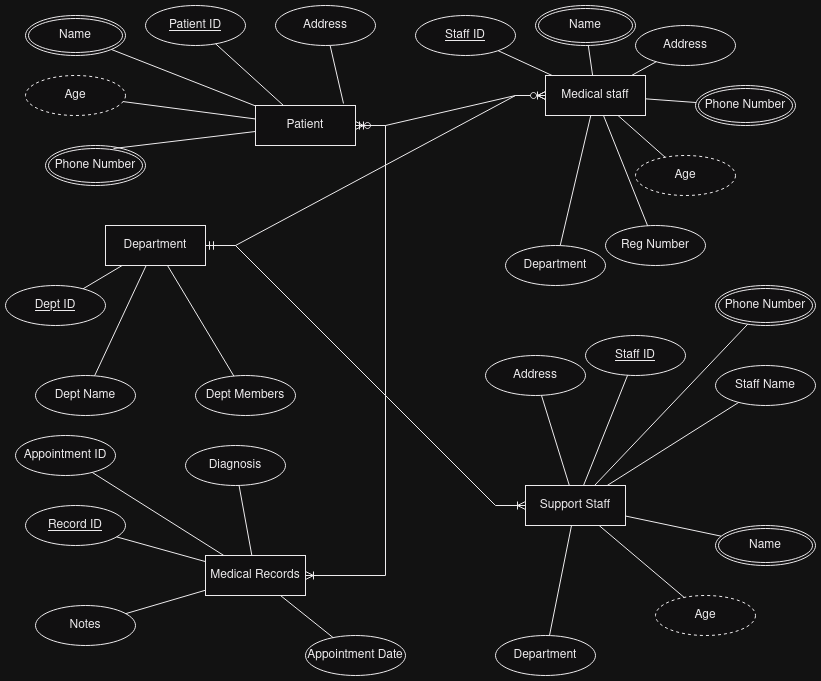
Before: images/edr.drawio.png, a diagram exported from draw.io (gekkowrld/misc). Source tidied: cells renumbered, new cells last; positions are measured from the earlier drawing's top-left corner, leaving out a move shared by most shapes. Source of this version:
```xml
<mxGraphModel>
  <root>
    <mxCell id="0" />
    <mxCell id="1" parent="0" />
    <mxCell id="2" value="Patient" style="whiteSpace=wrap;html=1;align=center;" parent="1" vertex="1">
      <mxGeometry x="250" y="100" width="100" height="40" as="geometry" />
    </mxCell>
    <mxCell id="3" value="Medical staff" style="whiteSpace=wrap;html=1;align=center;" parent="1" vertex="1">
      <mxGeometry x="540" y="70" width="100" height="40" as="geometry" />
    </mxCell>
    <mxCell id="4" value="&lt;div&gt;Department&lt;/div&gt;" style="whiteSpace=wrap;html=1;align=center;" parent="1" vertex="1">
      <mxGeometry x="100" y="220" width="100" height="40" as="geometry" />
    </mxCell>
    <mxCell id="5" value="Patient ID" style="ellipse;whiteSpace=wrap;html=1;align=center;fontStyle=4;" parent="1" vertex="1">
      <mxGeometry x="140" width="100" height="40" as="geometry" />
    </mxCell>
    <mxCell id="6" value="&lt;div&gt;Address&lt;/div&gt;" style="ellipse;whiteSpace=wrap;html=1;align=center;" parent="1" vertex="1">
      <mxGeometry x="270" width="100" height="40" as="geometry" />
    </mxCell>
    <mxCell id="7" value="&lt;div&gt;Name&lt;/div&gt;" style="ellipse;shape=doubleEllipse;margin=3;whiteSpace=wrap;html=1;align=center;" parent="1" vertex="1">
      <mxGeometry x="20" y="10" width="100" height="40" as="geometry" />
    </mxCell>
    <mxCell id="8" value="&lt;div&gt;Age&lt;/div&gt;" style="ellipse;whiteSpace=wrap;html=1;align=center;dashed=1;" parent="1" vertex="1">
      <mxGeometry x="20" y="70" width="100" height="40" as="geometry" />
    </mxCell>
    <mxCell id="9" value="Phone Number" style="ellipse;shape=doubleEllipse;margin=3;whiteSpace=wrap;html=1;align=center;" parent="1" vertex="1">
      <mxGeometry x="40" y="140" width="100" height="40" as="geometry" />
    </mxCell>
    <mxCell id="10" style="endArrow=none;html=1;rounded=0;entryX=0.88;entryY=-0.05;entryDx=0;entryDy=0;entryPerimeter=0;" parent="1" edge="1" source="6" target="2">
      <mxGeometry relative="1" as="geometry" />
    </mxCell>
    <mxCell id="11" style="endArrow=none;html=1;rounded=0;entryX=0.68;entryY=0.075;entryDx=0;entryDy=0;entryPerimeter=0;" parent="1" edge="1" source="2" target="9">
      <mxGeometry relative="1" as="geometry" />
    </mxCell>
    <mxCell id="12" style="endArrow=none;html=1;rounded=0;" parent="1" edge="1" source="8" target="2">
      <mxGeometry relative="1" as="geometry" />
    </mxCell>
    <mxCell id="13" style="endArrow=none;html=1;rounded=0;" parent="1" edge="1" source="7" target="2">
      <mxGeometry relative="1" as="geometry" />
    </mxCell>
    <mxCell id="14" style="endArrow=none;html=1;rounded=0;" parent="1" edge="1" source="5" target="2">
      <mxGeometry relative="1" as="geometry" />
    </mxCell>
    <mxCell id="15" value="&lt;div&gt;Name&lt;/div&gt;" style="ellipse;shape=doubleEllipse;margin=3;whiteSpace=wrap;html=1;align=center;" parent="1" vertex="1">
      <mxGeometry x="530" width="100" height="40" as="geometry" />
    </mxCell>
    <mxCell id="16" value="Staff ID" style="ellipse;whiteSpace=wrap;html=1;align=center;fontStyle=4;" parent="1" vertex="1">
      <mxGeometry x="410" y="10" width="100" height="40" as="geometry" />
    </mxCell>
    <mxCell id="17" value="&lt;div&gt;Address&lt;/div&gt;" style="ellipse;whiteSpace=wrap;html=1;align=center;" parent="1" vertex="1">
      <mxGeometry x="630" y="20" width="100" height="40" as="geometry" />
    </mxCell>
    <mxCell id="18" value="Phone Number" style="ellipse;shape=doubleEllipse;margin=3;whiteSpace=wrap;html=1;align=center;" parent="1" vertex="1">
      <mxGeometry x="690" y="80" width="100" height="40" as="geometry" />
    </mxCell>
    <mxCell id="19" value="&lt;div&gt;Age&lt;/div&gt;" style="ellipse;whiteSpace=wrap;html=1;align=center;dashed=1;" parent="1" vertex="1">
      <mxGeometry x="630" y="150" width="100" height="40" as="geometry" />
    </mxCell>
    <mxCell id="20" value="&lt;div&gt;Reg Number&lt;/div&gt;" style="ellipse;whiteSpace=wrap;html=1;align=center;" parent="1" vertex="1">
      <mxGeometry x="600" y="220" width="100" height="40" as="geometry" />
    </mxCell>
    <mxCell id="21" value="Department" style="ellipse;whiteSpace=wrap;html=1;align=center;" parent="1" vertex="1">
      <mxGeometry x="500" y="240" width="100" height="40" as="geometry" />
    </mxCell>
    <mxCell id="22" style="endArrow=none;html=1;rounded=0;" parent="1" edge="1" source="19" target="3">
      <mxGeometry relative="1" as="geometry" />
    </mxCell>
    <mxCell id="23" style="endArrow=none;html=1;rounded=0;" parent="1" edge="1" source="18" target="3">
      <mxGeometry relative="1" as="geometry" />
    </mxCell>
    <mxCell id="24" style="endArrow=none;html=1;rounded=0;" parent="1" edge="1" source="17" target="3">
      <mxGeometry relative="1" as="geometry" />
    </mxCell>
    <mxCell id="25" style="endArrow=none;html=1;rounded=0;" parent="1" edge="1" source="15" target="3">
      <mxGeometry relative="1" as="geometry" />
    </mxCell>
    <mxCell id="26" style="endArrow=none;html=1;rounded=0;" parent="1" edge="1" source="16" target="3">
      <mxGeometry relative="1" as="geometry" />
    </mxCell>
    <mxCell id="27" style="endArrow=none;html=1;rounded=0;" parent="1" edge="1" source="3" target="21">
      <mxGeometry relative="1" as="geometry" />
    </mxCell>
    <mxCell id="28" style="endArrow=none;html=1;rounded=0;" parent="1" edge="1" source="20" target="3">
      <mxGeometry relative="1" as="geometry" />
    </mxCell>
    <mxCell id="29" value="Dept ID" style="ellipse;whiteSpace=wrap;html=1;align=center;fontStyle=4;" parent="1" vertex="1">
      <mxGeometry y="280" width="100" height="40" as="geometry" />
    </mxCell>
    <mxCell id="30" value="Dept Name" style="ellipse;whiteSpace=wrap;html=1;align=center;" parent="1" vertex="1">
      <mxGeometry x="30" y="370" width="100" height="40" as="geometry" />
    </mxCell>
    <mxCell id="31" value="Dept Members" style="ellipse;whiteSpace=wrap;html=1;align=center;" parent="1" vertex="1">
      <mxGeometry x="190" y="370" width="100" height="40" as="geometry" />
    </mxCell>
    <mxCell id="32" style="endArrow=none;html=1;rounded=0;" parent="1" edge="1" source="31" target="4">
      <mxGeometry relative="1" as="geometry" />
    </mxCell>
    <mxCell id="33" style="endArrow=none;html=1;rounded=0;" parent="1" edge="1" source="30" target="4">
      <mxGeometry relative="1" as="geometry" />
    </mxCell>
    <mxCell id="34" style="endArrow=none;html=1;rounded=0;" parent="1" edge="1" source="29" target="4">
      <mxGeometry relative="1" as="geometry" />
    </mxCell>
    <mxCell id="35" value="Support Staff" style="whiteSpace=wrap;html=1;align=center;" parent="1" vertex="1">
      <mxGeometry x="520" y="480" width="100" height="40" as="geometry" />
    </mxCell>
    <mxCell id="36" value="Staff ID" style="ellipse;whiteSpace=wrap;html=1;align=center;fontStyle=4;" parent="1" vertex="1">
      <mxGeometry x="580" y="330" width="100" height="40" as="geometry" />
    </mxCell>
    <mxCell id="37" value="Staff Name" style="ellipse;whiteSpace=wrap;html=1;align=center;" parent="1" vertex="1">
      <mxGeometry x="710" y="360" width="100" height="40" as="geometry" />
    </mxCell>
    <mxCell id="38" value="&lt;div&gt;Age&lt;/div&gt;" style="ellipse;whiteSpace=wrap;html=1;align=center;dashed=1;" parent="1" vertex="1">
      <mxGeometry x="650" y="590" width="100" height="40" as="geometry" />
    </mxCell>
    <mxCell id="39" value="&lt;div&gt;Name&lt;/div&gt;" style="ellipse;shape=doubleEllipse;margin=3;whiteSpace=wrap;html=1;align=center;" parent="1" vertex="1">
      <mxGeometry x="710" y="520" width="100" height="40" as="geometry" />
    </mxCell>
    <mxCell id="40" value="Phone Number" style="ellipse;shape=doubleEllipse;margin=3;whiteSpace=wrap;html=1;align=center;" parent="1" vertex="1">
      <mxGeometry x="710" y="280" width="100" height="40" as="geometry" />
    </mxCell>
    <mxCell id="41" value="&lt;div&gt;Address&lt;/div&gt;" style="ellipse;whiteSpace=wrap;html=1;align=center;" parent="1" vertex="1">
      <mxGeometry x="480" y="350" width="100" height="40" as="geometry" />
    </mxCell>
    <mxCell id="42" value="Department" style="ellipse;whiteSpace=wrap;html=1;align=center;" parent="1" vertex="1">
      <mxGeometry x="490" y="630" width="100" height="40" as="geometry" />
    </mxCell>
    <mxCell id="43" style="endArrow=none;html=1;rounded=0;" parent="1" edge="1" source="35" target="38">
      <mxGeometry relative="1" as="geometry" />
    </mxCell>
    <mxCell id="44" style="endArrow=none;html=1;rounded=0;" parent="1" edge="1" source="35" target="39">
      <mxGeometry relative="1" as="geometry" />
    </mxCell>
    <mxCell id="45" style="endArrow=none;html=1;rounded=0;" parent="1" edge="1" source="35" target="37">
      <mxGeometry relative="1" as="geometry" />
    </mxCell>
    <mxCell id="46" style="endArrow=none;html=1;rounded=0;" parent="1" edge="1" source="35" target="40">
      <mxGeometry relative="1" as="geometry" />
    </mxCell>
    <mxCell id="47" style="endArrow=none;html=1;rounded=0;" parent="1" edge="1" source="36" target="35">
      <mxGeometry relative="1" as="geometry" />
    </mxCell>
    <mxCell id="48" style="endArrow=none;html=1;rounded=0;" parent="1" edge="1" source="35" target="42">
      <mxGeometry relative="1" as="geometry" />
    </mxCell>
    <mxCell id="49" style="endArrow=none;html=1;rounded=0;" parent="1" edge="1" source="41" target="35">
      <mxGeometry relative="1" as="geometry" />
    </mxCell>
    <mxCell id="50" value="Medical Records" style="whiteSpace=wrap;html=1;align=center;" parent="1" vertex="1">
      <mxGeometry x="200" y="550" width="100" height="40" as="geometry" />
    </mxCell>
    <mxCell id="51" value="Record ID" style="ellipse;whiteSpace=wrap;html=1;align=center;fontStyle=4;" parent="1" vertex="1">
      <mxGeometry x="20" y="500" width="100" height="40" as="geometry" />
    </mxCell>
    <mxCell id="52" value="Appointment ID" style="ellipse;whiteSpace=wrap;html=1;align=center;" parent="1" vertex="1">
      <mxGeometry x="10" y="430" width="100" height="40" as="geometry" />
    </mxCell>
    <mxCell id="53" value="Appointment Date" style="ellipse;whiteSpace=wrap;html=1;align=center;" parent="1" vertex="1">
      <mxGeometry x="300" y="630" width="100" height="40" as="geometry" />
    </mxCell>
    <mxCell id="54" value="Notes" style="ellipse;whiteSpace=wrap;html=1;align=center;" parent="1" vertex="1">
      <mxGeometry x="30" y="600" width="100" height="40" as="geometry" />
    </mxCell>
    <mxCell id="55" value="Diagnosis" style="ellipse;whiteSpace=wrap;html=1;align=center;" parent="1" vertex="1">
      <mxGeometry x="180" y="440" width="100" height="40" as="geometry" />
    </mxCell>
    <mxCell id="56" style="endArrow=none;html=1;rounded=0;" parent="1" edge="1" source="52" target="50">
      <mxGeometry relative="1" as="geometry" />
    </mxCell>
    <mxCell id="57" style="endArrow=none;html=1;rounded=0;" parent="1" edge="1" source="55" target="50">
      <mxGeometry relative="1" as="geometry" />
    </mxCell>
    <mxCell id="58" style="endArrow=none;html=1;rounded=0;" parent="1" edge="1" source="53" target="50">
      <mxGeometry relative="1" as="geometry" />
    </mxCell>
    <mxCell id="59" style="endArrow=none;html=1;rounded=0;" parent="1" edge="1" source="50" target="54">
      <mxGeometry relative="1" as="geometry" />
    </mxCell>
    <mxCell id="60" style="endArrow=none;html=1;rounded=0;" parent="1" edge="1" source="51" target="50">
      <mxGeometry relative="1" as="geometry" />
    </mxCell>
    <mxCell id="61" style="edgeStyle=entityRelationEdgeStyle;fontSize=12;html=1;endArrow=ERoneToMany;startArrow=ERmandOne;rounded=0;" parent="1" edge="1" source="4" target="3">
      <mxGeometry relative="1" as="geometry" />
    </mxCell>
    <mxCell id="62" style="edgeStyle=entityRelationEdgeStyle;fontSize=12;html=1;endArrow=ERzeroToMany;endFill=1;startArrow=ERzeroToMany;rounded=0;" parent="1" edge="1" source="2" target="3">
      <mxGeometry relative="1" as="geometry" />
    </mxCell>
    <mxCell id="63" style="edgeStyle=entityRelationEdgeStyle;fontSize=12;html=1;endArrow=ERoneToMany;startArrow=ERmandOne;rounded=0;" parent="1" edge="1" source="2" target="50">
      <mxGeometry relative="1" as="geometry">
        <Array as="points">
          <mxPoint x="310" y="220" />
          <mxPoint x="320" y="200" />
        </Array>
      </mxGeometry>
    </mxCell>
    <mxCell id="64" style="edgeStyle=entityRelationEdgeStyle;fontSize=12;html=1;endArrow=ERoneToMany;startArrow=ERmandOne;rounded=0;" parent="1" edge="1" source="4" target="35">
      <mxGeometry relative="1" as="geometry" />
    </mxCell>
  </root>
</mxGraphModel>
```
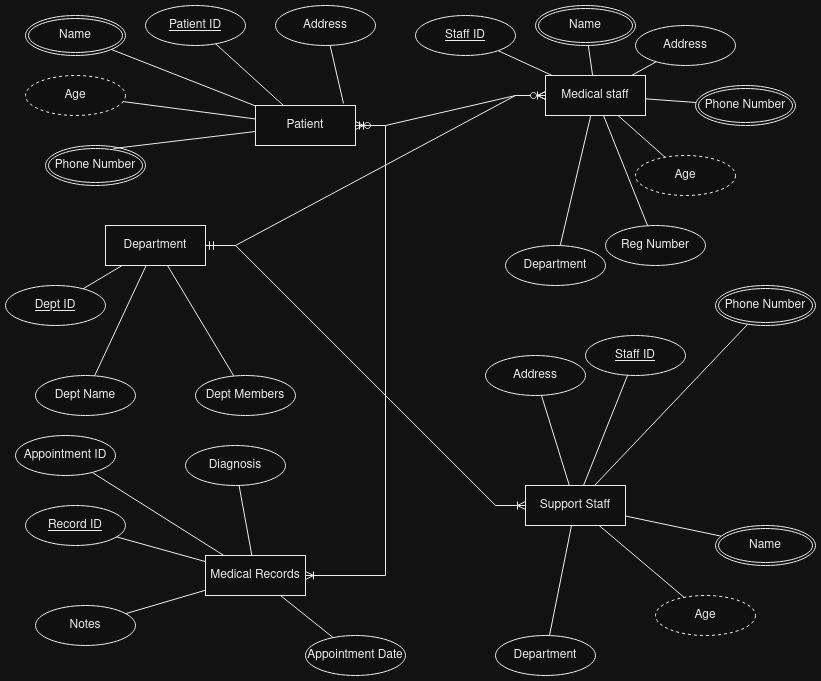
The same file after the commit.

What changed in the source:
```diff
@@ -107,9 +107,6 @@
     <mxCell id="36" value="Staff ID" style="ellipse;whiteSpace=wrap;html=1;align=center;fontStyle=4;" parent="1" vertex="1">
       <mxGeometry x="580" y="330" width="100" height="40" as="geometry" />
     </mxCell>
-    <mxCell id="37" value="Staff Name" style="ellipse;whiteSpace=wrap;html=1;align=center;" parent="1" vertex="1">
-      <mxGeometry x="710" y="360" width="100" height="40" as="geometry" />
-    </mxCell>
     <mxCell id="38" value="&lt;div&gt;Age&lt;/div&gt;" style="ellipse;whiteSpace=wrap;html=1;align=center;dashed=1;" parent="1" vertex="1">
       <mxGeometry x="650" y="590" width="100" height="40" as="geometry" />
     </mxCell>
@@ -131,9 +128,6 @@
     <mxCell id="44" style="endArrow=none;html=1;rounded=0;" parent="1" edge="1" source="35" target="39">
       <mxGeometry relative="1" as="geometry" />
     </mxCell>
-    <mxCell id="45" style="endArrow=none;html=1;rounded=0;" parent="1" edge="1" source="35" target="37">
-      <mxGeometry relative="1" as="geometry" />
-    </mxCell>
     <mxCell id="46" style="endArrow=none;html=1;rounded=0;" parent="1" edge="1" source="35" target="40">
       <mxGeometry relative="1" as="geometry" />
     </mxCell>
```
